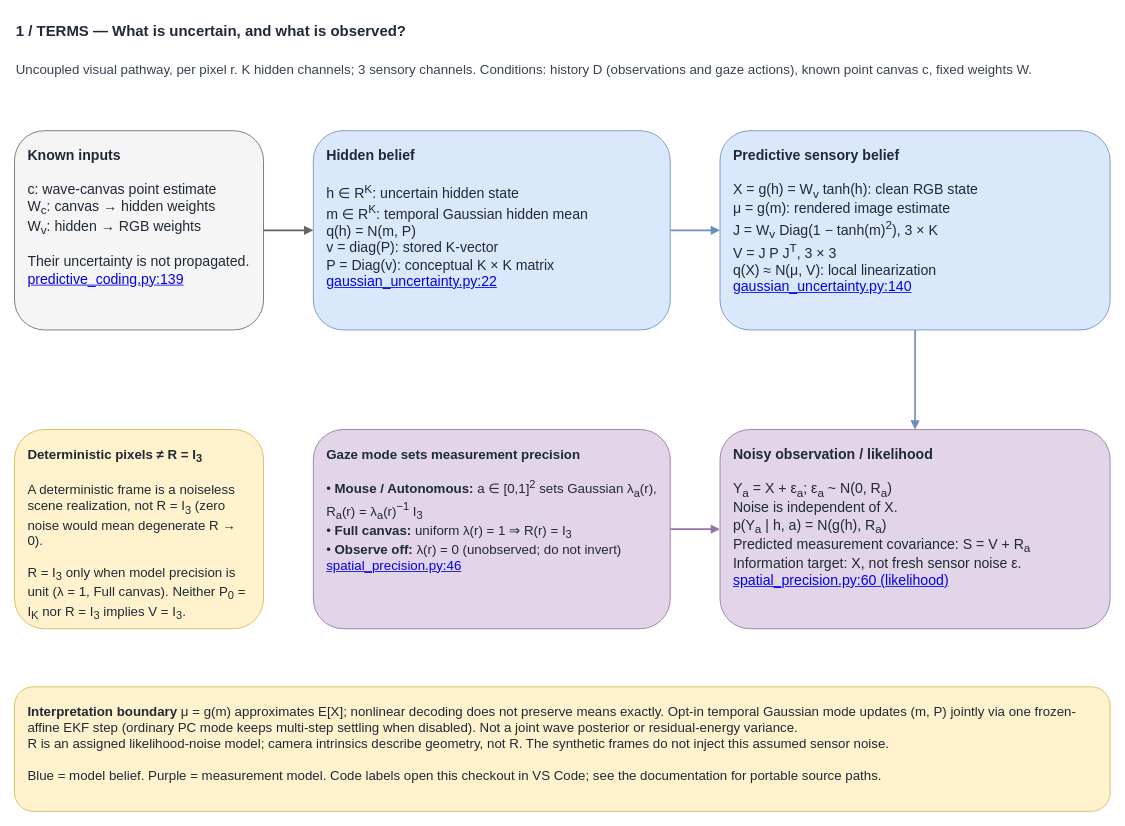
This is page "1 - Terms and distributions" (1 of 4) of docs/predictive-uncertainty-math.drawio from EternalGoldenBraid/AudioViz, a draw.io file, before an edit. Source tidied: cells renumbered, new cells numbered last; positions are measured from the earlier drawing's top-left corner, leaving out a move shared by most shapes. Both pictures are drawn from the tidied source at 83%, with x=0, y=0 at pixel (14, 14).
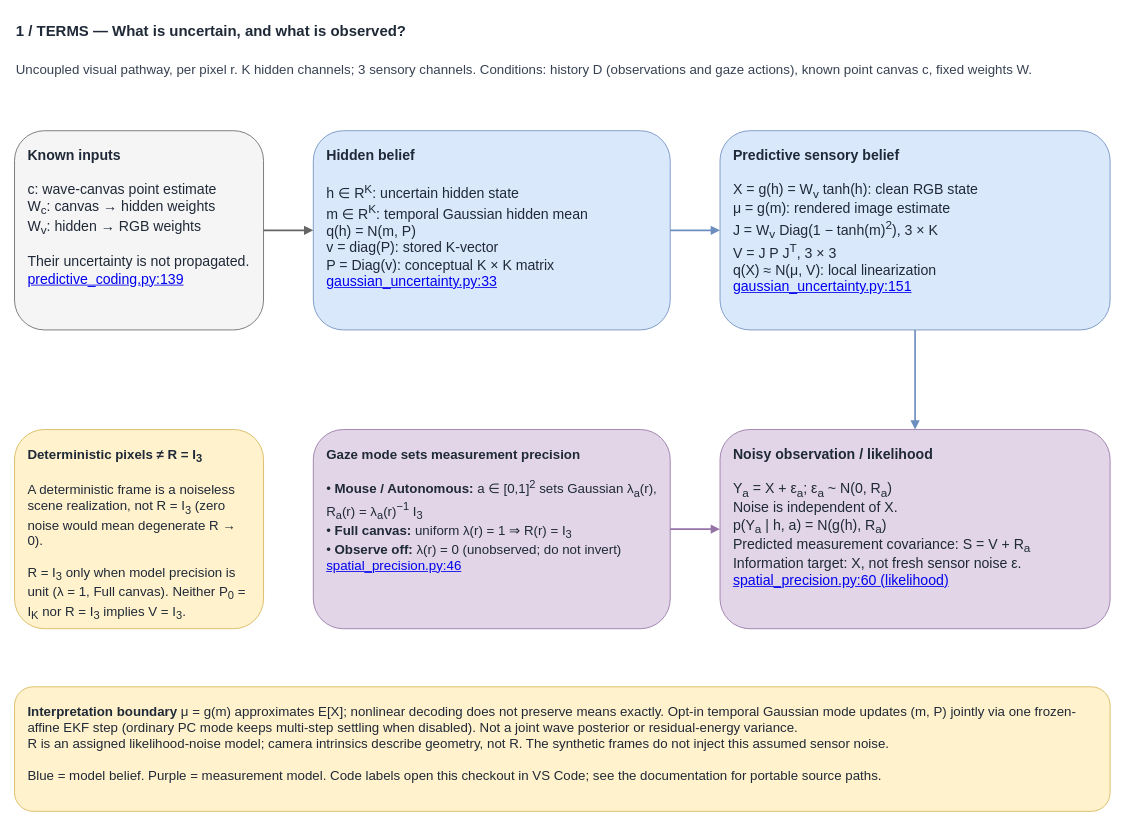
The same diagram, later.

Commit message (it also covers changes not shown here):
Active vision: document common-mode audio filter and belief diagnostics

What changed in the source:
```diff
@@
 <mxGraphModel background="#ffffff">
   <root>
     <mxCell id="0" />
     <mxCell id="1" parent="0" />
     <mxCell id="2" value="1 / TERMS — What is uncertain, and what is observed?" style="text;whiteSpace=wrap;html=1;fontSize=18;fontStyle=1;align=left;verticalAlign=middle;fontColor=#1f2937;" parent="1" vertex="1">
       <mxGeometry width="1320" height="40" as="geometry" />
     </mxCell>
     <mxCell id="3" value="Uncoupled visual pathway, per pixel r. K hidden channels; 3 sensory channels. Conditions: history D (observations and gaze actions), known point canvas c, fixed weights W." style="text;whiteSpace=wrap;html=1;fontSize=16;align=left;fontColor=#374151;" parent="1" vertex="1">
       <mxGeometry y="50" width="1320" height="50" as="geometry" />
     </mxCell>
     <mxCell id="4" value="&lt;b&gt;Known inputs&lt;/b&gt;&lt;br&gt;&lt;br&gt;c: wave-canvas point estimate&lt;br&gt;W&lt;sub&gt;c&lt;/sub&gt;: canvas → hidden weights&lt;br&gt;W&lt;sub&gt;v&lt;/sub&gt;: hidden → RGB weights&lt;br&gt;&lt;br&gt;Their uncertainty is not propagated.&lt;br&gt;&lt;a href=&quot;vscode://file/home/nicklas/Projects/AudioViz/src/audioviz/readouts/predictive_coding.py:139:1&quot;&gt;predictive_coding.py:139&lt;/a&gt;" style="rounded=1;whiteSpace=wrap;html=1;fillColor=#f5f5f5;strokeColor=#666666;fontColor=#1f2937;fontSize=17;align=left;verticalAlign=top;spacing=16;" parent="1" vertex="1">
       <mxGeometry y="140" width="300" height="240" as="geometry" />
     </mxCell>
-    <mxCell id="5" value="&lt;b&gt;Hidden belief&lt;/b&gt;&lt;br&gt;&lt;br&gt;h ∈ R&lt;sup&gt;K&lt;/sup&gt;: uncertain hidden state&lt;br&gt;m ∈ R&lt;sup&gt;K&lt;/sup&gt;: temporal Gaussian hidden mean&lt;br&gt;q(h) = N(m, P)&lt;br&gt;v = diag(P): stored K-vector&lt;br&gt;P = Diag(v): conceptual K × K matrix&lt;br&gt;&lt;a href=&quot;vscode://file/home/nicklas/Projects/AudioViz/src/audioviz/readouts/gaussian_uncertainty.py:22:1&quot;&gt;gaussian_uncertainty.py:22&lt;/a&gt;" style="rounded=1;whiteSpace=wrap;html=1;fillColor=#dae8fc;strokeColor=#6c8ebf;fontColor=#1f2937;fontSize=17;align=left;verticalAlign=top;spacing=16;" parent="1" vertex="1">
+    <mxCell id="5" value="&lt;b&gt;Hidden belief&lt;/b&gt;&lt;br&gt;&lt;br&gt;h ∈ R&lt;sup&gt;K&lt;/sup&gt;: uncertain hidden state&lt;br&gt;m ∈ R&lt;sup&gt;K&lt;/sup&gt;: temporal Gaussian hidden mean&lt;br&gt;q(h) = N(m, P)&lt;br&gt;v = diag(P): stored K-vector&lt;br&gt;P = Diag(v): conceptual K × K matrix&lt;br&gt;&lt;a href=&quot;vscode://file/home/nicklas/Projects/AudioViz/src/audioviz/readouts/gaussian_uncertainty.py:33:1&quot;&gt;gaussian_uncertainty.py:33&lt;/a&gt;" style="rounded=1;whiteSpace=wrap;html=1;fillColor=#dae8fc;strokeColor=#6c8ebf;fontColor=#1f2937;fontSize=17;align=left;verticalAlign=top;spacing=16;" parent="1" vertex="1">
       <mxGeometry x="360" y="140" width="430" height="240" as="geometry" />
     </mxCell>
-    <mxCell id="6" value="&lt;b&gt;Predictive sensory belief&lt;/b&gt;&lt;br&gt;&lt;br&gt;X = g(h) = W&lt;sub&gt;v&lt;/sub&gt; tanh(h): clean RGB state&lt;br&gt;μ = g(m): rendered image estimate&lt;br&gt;J = W&lt;sub&gt;v&lt;/sub&gt; Diag(1 − tanh(m)&lt;sup&gt;2&lt;/sup&gt;), 3 × K&lt;br&gt;V = J P J&lt;sup&gt;T&lt;/sup&gt;, 3 × 3&lt;br&gt;q(X) ≈ N(μ, V): local linearization&lt;br&gt;&lt;a href=&quot;vscode://file/home/nicklas/Projects/AudioViz/src/audioviz/readouts/gaussian_uncertainty.py:140:1&quot;&gt;gaussian_uncertainty.py:140&lt;/a&gt;" style="rounded=1;whiteSpace=wrap;html=1;fillColor=#dae8fc;strokeColor=#6c8ebf;fontColor=#1f2937;fontSize=17;align=left;verticalAlign=top;spacing=16;" parent="1" vertex="1">
+    <mxCell id="6" value="&lt;b&gt;Predictive sensory belief&lt;/b&gt;&lt;br&gt;&lt;br&gt;X = g(h) = W&lt;sub&gt;v&lt;/sub&gt; tanh(h): clean RGB state&lt;br&gt;μ = g(m): rendered image estimate&lt;br&gt;J = W&lt;sub&gt;v&lt;/sub&gt; Diag(1 − tanh(m)&lt;sup&gt;2&lt;/sup&gt;), 3 × K&lt;br&gt;V = J P J&lt;sup&gt;T&lt;/sup&gt;, 3 × 3&lt;br&gt;q(X) ≈ N(μ, V): local linearization&lt;br&gt;&lt;a href=&quot;vscode://file/home/nicklas/Projects/AudioViz/src/audioviz/readouts/gaussian_uncertainty.py:151:1&quot;&gt;gaussian_uncertainty.py:151&lt;/a&gt;" style="rounded=1;whiteSpace=wrap;html=1;fillColor=#dae8fc;strokeColor=#6c8ebf;fontColor=#1f2937;fontSize=17;align=left;verticalAlign=top;spacing=16;" parent="1" vertex="1">
       <mxGeometry x="850" y="140" width="470" height="240" as="geometry" />
     </mxCell>
     <mxCell id="7" value="&lt;b&gt;Deterministic pixels ≠ R = I&lt;sub&gt;3&lt;/sub&gt;&lt;/b&gt;&lt;br&gt;&lt;br&gt;A deterministic frame is a noiseless scene realization, not R = I&lt;sub&gt;3&lt;/sub&gt; (zero noise would mean degenerate R → 0).&lt;br&gt;&lt;br&gt;R = I&lt;sub&gt;3&lt;/sub&gt; only when model precision is unit (λ = 1, Full canvas). Neither P&lt;sub&gt;0&lt;/sub&gt; = I&lt;sub&gt;K&lt;/sub&gt; nor R = I&lt;sub&gt;3&lt;/sub&gt; implies V = I&lt;sub&gt;3&lt;/sub&gt;." style="rounded=1;whiteSpace=wrap;html=1;fillColor=#fff2cc;strokeColor=#d6b656;fontColor=#1f2937;fontSize=16;align=left;verticalAlign=top;spacing=16;" parent="1" vertex="1">
       <mxGeometry y="500" width="300" height="240" as="geometry" />
     </mxCell>
     <mxCell id="8" value="&lt;b&gt;Gaze mode sets measurement precision&lt;/b&gt;&lt;br&gt;&lt;br&gt;• &lt;b&gt;Mouse / Autonomous:&lt;/b&gt; a ∈ [0,1]&lt;sup&gt;2&lt;/sup&gt; sets Gaussian λ&lt;sub&gt;a&lt;/sub&gt;(r), R&lt;sub&gt;a&lt;/sub&gt;(r) = λ&lt;sub&gt;a&lt;/sub&gt;(r)&lt;sup&gt;−1&lt;/sup&gt; I&lt;sub&gt;3&lt;/sub&gt;&lt;br&gt;• &lt;b&gt;Full canvas:&lt;/b&gt; uniform λ(r) = 1 ⇒ R(r) = I&lt;sub&gt;3&lt;/sub&gt;&lt;br&gt;• &lt;b&gt;Observe off:&lt;/b&gt; λ(r) = 0 (unobserved; do not invert)&lt;br&gt;&lt;a href=&quot;vscode://file/home/nicklas/Projects/AudioViz/src/audioviz/readouts/spatial_precision.py:46:1&quot;&gt;spatial_precision.py:46&lt;/a&gt;" style="rounded=1;whiteSpace=wrap;html=1;fillColor=#e1d5e7;strokeColor=#9673a6;fontColor=#1f2937;fontSize=16;align=left;verticalAlign=top;spacing=16;" parent="1" vertex="1">
       <mxGeometry x="360" y="500" width="430" height="240" as="geometry" />
     </mxCell>
     <mxCell id="9" value="&lt;b&gt;Noisy observation / likelihood&lt;/b&gt;&lt;br&gt;&lt;br&gt;Y&lt;sub&gt;a&lt;/sub&gt; = X + ε&lt;sub&gt;a&lt;/sub&gt;; ε&lt;sub&gt;a&lt;/sub&gt; ~ N(0, R&lt;sub&gt;a&lt;/sub&gt;)&lt;br&gt;Noise is independent of X.&lt;br&gt;p(Y&lt;sub&gt;a&lt;/sub&gt; | h, a) = N(g(h), R&lt;sub&gt;a&lt;/sub&gt;)&lt;br&gt;Predicted measurement covariance: S = V + R&lt;sub&gt;a&lt;/sub&gt;&lt;br&gt;Information target: X, not fresh sensor noise ε.&lt;br&gt;&lt;a href=&quot;vscode://file/home/nicklas/Projects/AudioViz/src/audioviz/readouts/spatial_precision.py:60:1&quot;&gt;spatial_precision.py:60 (likelihood)&lt;/a&gt;" style="rounded=1;whiteSpace=wrap;html=1;fillColor=#e1d5e7;strokeColor=#9673a6;fontColor=#1f2937;fontSize=17;align=left;verticalAlign=top;spacing=16;" parent="1" vertex="1">
       <mxGeometry x="850" y="500" width="470" height="240" as="geometry" />
     </mxCell>
     <mxCell id="10" value="&lt;b&gt;Interpretation boundary&lt;/b&gt;  μ = g(m) approximates E[X]; nonlinear decoding does not preserve means exactly. Opt-in temporal Gaussian mode updates (m, P) jointly via one frozen-affine EKF step (ordinary PC mode keeps multi-step settling when disabled). Not a joint wave posterior or residual-energy variance.&lt;br&gt;R is an assigned likelihood-noise model; camera intrinsics describe geometry, not R. The synthetic frames do not inject this assumed sensor noise.&lt;br&gt;&lt;br&gt;Blue = model belief. Purple = measurement model. Code labels open this checkout in VS Code; see the documentation for portable source paths." style="rounded=1;whiteSpace=wrap;html=1;fillColor=#fff2cc;strokeColor=#d6b656;fontColor=#1f2937;fontSize=16;align=left;verticalAlign=top;spacing=16;" parent="1" vertex="1">
       <mxGeometry y="810" width="1320" height="150" as="geometry" />
     </mxCell>
     <mxCell id="11" style="edgeStyle=orthogonalEdgeStyle;html=1;strokeColor=#666666;strokeWidth=2;endArrow=block;exitX=1;exitY=0.5;entryX=0;entryY=0.5;" parent="1" edge="1" source="4" target="5">
       <mxGeometry relative="1" as="geometry" />
     </mxCell>
     <mxCell id="12" style="edgeStyle=orthogonalEdgeStyle;html=1;strokeColor=#6c8ebf;strokeWidth=2;endArrow=block;exitX=1;exitY=0.5;entryX=0;entryY=0.5;" parent="1" edge="1" source="5" target="6">
       <mxGeometry relative="1" as="geometry" />
     </mxCell>
     <mxCell id="13" style="edgeStyle=orthogonalEdgeStyle;html=1;strokeColor=#6c8ebf;strokeWidth=2;endArrow=block;exitX=0.5;exitY=1;entryX=0.5;entryY=0;" parent="1" edge="1" source="6" target="9">
       <mxGeometry relative="1" as="geometry" />
     </mxCell>
     <mxCell id="14" style="edgeStyle=orthogonalEdgeStyle;html=1;strokeColor=#9673a6;strokeWidth=2;endArrow=block;exitX=1;exitY=0.5;entryX=0;entryY=0.5;" parent="1" edge="1" source="8" target="9">
       <mxGeometry relative="1" as="geometry" />
     </mxCell>
   </root>
 </mxGraphModel>
```
